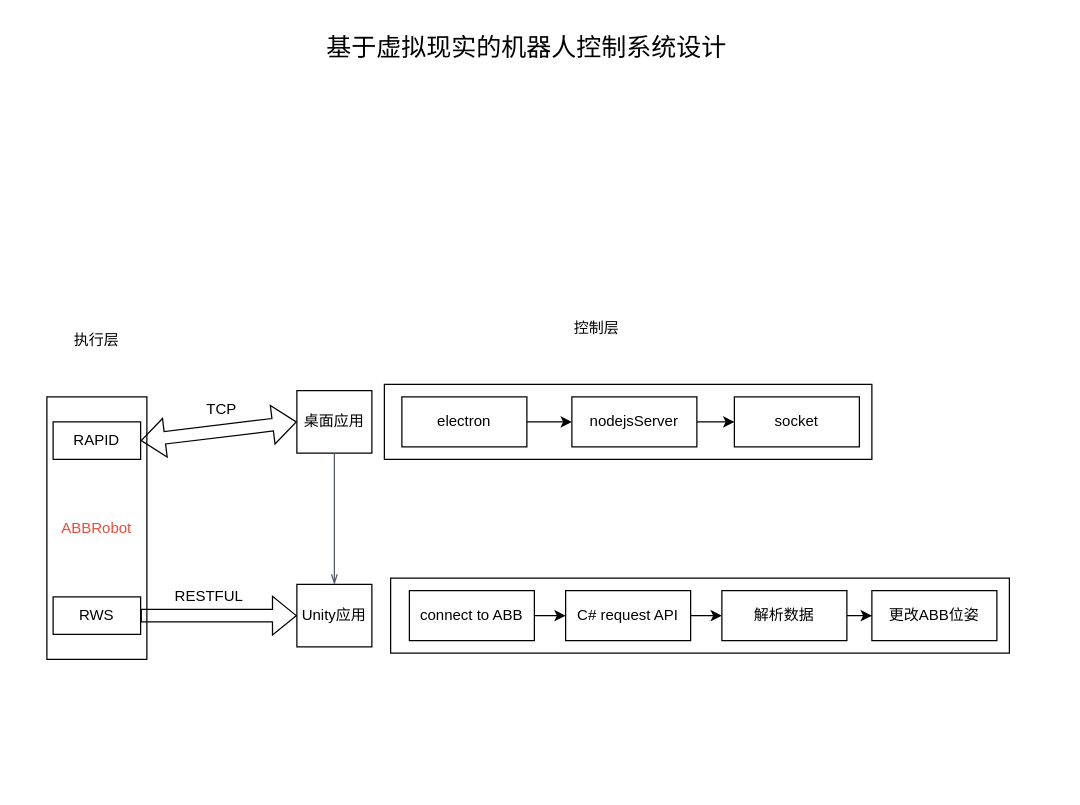
Before: page "第 11 页" (11 of 11) of 未命名绘图.drawio in yyy-router/drawio, a draw.io diagram. Source tidied: cells renumbered, new cells numbered last; positions are measured from the earlier drawing's top-left corner, leaving out a move shared by most shapes. Both pictures are drawn from the tidied source at 125%, with x=0, y=0 at pixel (21, 21).
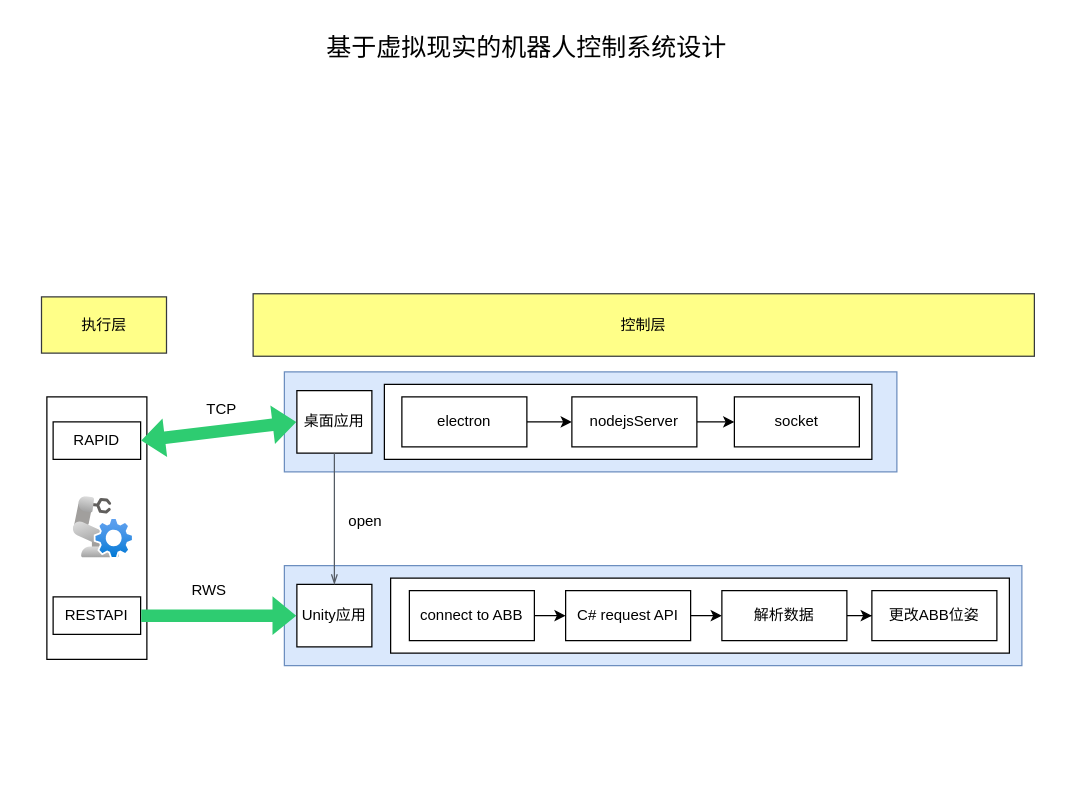
The same page after the edit.

Commit message:
毕业设计系统设计

Unchanged cells that the change refers to:
```xml
<mxCell id="14" value="RAPID" style="rounded=0;whiteSpace=wrap;html=1;" parent="1" vertex="1">
  <mxGeometry x="25" y="320" width="70" height="30" as="geometry" />
</mxCell>
<mxCell id="15" value="桌面应用" style="rounded=0;whiteSpace=wrap;html=1;" parent="1" vertex="1">
  <mxGeometry x="220" y="295" width="60" height="50" as="geometry" />
</mxCell>
<mxCell id="17" value="Unity应用" style="rounded=0;whiteSpace=wrap;html=1;" parent="1" vertex="1">
  <mxGeometry x="220" y="450" width="60" height="50" as="geometry" />
</mxCell>
```

What changed in the source:
```diff
@@
-    <mxCell id="2" style="rounded=0;whiteSpace=wrap;html=1;strokeColor=none;" parent="1" vertex="1">
-      <mxGeometry x="210" y="220" width="600" height="310" as="geometry" />
-    </mxCell>
+    <mxCell id="31" style="rounded=0;whiteSpace=wrap;html=1;strokeColor=none;" parent="1" vertex="1">
+      <mxGeometry x="6" y="130" width="824" height="480" as="geometry" />
+    </mxCell>
+    <mxCell id="32" style="rounded=0;whiteSpace=wrap;html=1;fillColor=#dae8fc;strokeColor=#6c8ebf;" parent="1" vertex="1">
+      <mxGeometry x="210" y="280" width="490" height="80" as="geometry" />
+    </mxCell>
@@
-    <mxCell id="4" style="rounded=0;whiteSpace=wrap;html=1;labelBackgroundColor=none;labelBorderColor=default;strokeColor=none;" parent="1" vertex="1">
-      <mxGeometry y="230" width="120" height="310" as="geometry" />
-    </mxCell>
-    <mxCell id="5" value="&lt;font color=&quot;#e74c3c&quot;&gt;ABBRobot&lt;/font&gt;" style="rounded=0;whiteSpace=wrap;html=1;" parent="1" vertex="1">
+    <mxCell id="5" style="rounded=0;whiteSpace=wrap;html=1;" parent="1" vertex="1">
       <mxGeometry x="20" y="300" width="80" height="210" as="geometry" />
     </mxCell>
@@
-    <mxCell id="8" value="执行层" style="text;html=1;align=center;verticalAlign=middle;whiteSpace=wrap;rounded=0;" parent="1" vertex="1">
-      <mxGeometry x="30" y="240" width="60" height="30" as="geometry" />
-    </mxCell>
@@
-    <mxCell id="11" value="控制层" style="text;html=1;align=center;verticalAlign=middle;whiteSpace=wrap;rounded=0;" parent="1" vertex="1">
-      <mxGeometry x="430" y="230" width="60" height="30" as="geometry" />
-    </mxCell>
@@
-    <mxCell id="16" style="shape=flexArrow;endArrow=classic;startArrow=classic;html=1;rounded=0;entryX=0;entryY=0.5;entryDx=0;entryDy=0;exitX=1;exitY=0.5;exitDx=0;exitDy=0;" parent="1" edge="1" source="14" target="15">
+    <mxCell id="16" style="shape=flexArrow;endArrow=classic;startArrow=classic;html=1;rounded=0;entryX=0;entryY=0.5;entryDx=0;entryDy=0;exitX=1;exitY=0.5;exitDx=0;exitDy=0;fillColor=#2ecc71;fillStyle=auto;strokeColor=none;" parent="1" edge="1" source="14" target="15">
       <mxGeometry relative="1" as="geometry" />
     </mxCell>
+    <mxCell id="33" style="rounded=0;whiteSpace=wrap;html=1;fillColor=#dae8fc;strokeColor=#6c8ebf;" parent="1" vertex="1">
+      <mxGeometry x="210" y="435" width="590" height="80" as="geometry" />
+    </mxCell>
@@
-    <mxCell id="18" value="RWS" style="rounded=0;whiteSpace=wrap;html=1;" parent="1" vertex="1">
+    <mxCell id="18" value="RESTAPI" style="rounded=0;whiteSpace=wrap;html=1;" parent="1" vertex="1">
       <mxGeometry x="25" y="460" width="70" height="30" as="geometry" />
     </mxCell>
@@
-    <mxCell id="20" style="shape=flexArrow;endArrow=classic;html=1;rounded=0;exitX=1;exitY=0.5;exitDx=0;exitDy=0;entryX=0;entryY=0.5;entryDx=0;entryDy=0;" parent="1" edge="1" source="18" target="17">
+    <mxCell id="20" style="shape=flexArrow;endArrow=classic;html=1;rounded=0;exitX=1;exitY=0.5;exitDx=0;exitDy=0;entryX=0;entryY=0.5;entryDx=0;entryDy=0;strokeColor=none;fillColor=#2ecc71;" parent="1" edge="1" source="18" target="17">
       <mxGeometry relative="1" as="geometry" />
     </mxCell>
@@
-    <mxCell id="24" value="RESTFUL" style="text;html=1;align=center;verticalAlign=middle;whiteSpace=wrap;rounded=0;" parent="1" vertex="1">
-      <mxGeometry x="120" y="445" width="60" height="30" as="geometry" />
+    <mxCell id="24" value="RWS" style="text;html=1;align=center;verticalAlign=middle;whiteSpace=wrap;rounded=0;" parent="1" vertex="1">
+      <mxGeometry x="120" y="440" width="60" height="30" as="geometry" />
     </mxCell>
@@
+    <mxCell id="34" value="open" style="text;html=1;align=center;verticalAlign=middle;whiteSpace=wrap;rounded=0;" parent="1" vertex="1">
+      <mxGeometry x="255" y="390" width="40" height="20" as="geometry" />
+    </mxCell>
+    <mxCell id="35" style="image;html=1;align=center;fontSize=12;image=img/lib/azure2/other/Defender_Robot_Controller.svg;" parent="1" vertex="1">
+      <mxGeometry x="41.3" y="380" width="48.6" height="50" as="geometry" />
+    </mxCell>
+    <mxCell id="8" value="执行层" style="rounded=0;whiteSpace=wrap;html=1;fillColor=#ffff88;strokeColor=#36393d;" parent="1" vertex="1">
+      <mxGeometry x="15.7" y="220" width="100" height="45" as="geometry" />
+    </mxCell>
+    <mxCell id="11" value="控制层" style="rounded=0;whiteSpace=wrap;html=1;fillColor=#ffff88;strokeColor=#36393d;" parent="1" vertex="1">
+      <mxGeometry x="185" y="217.5" width="625" height="50" as="geometry" />
+    </mxCell>
```
